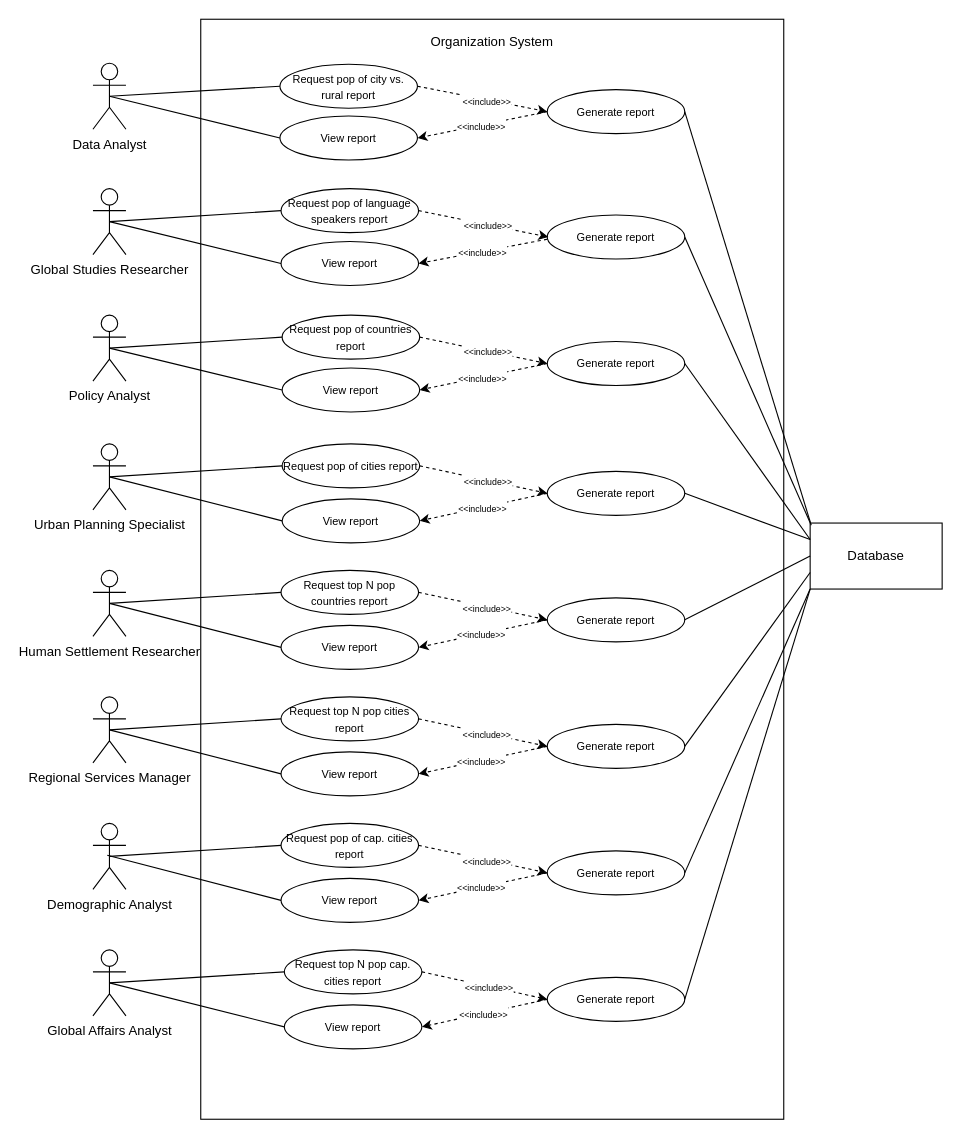
The draw.io diagram use-cases/usecasediagram/User Case Diagram editable.drawio in aktcope4066/semGroup18, before the edit. Source tidied: cells renumbered, new cells numbered last; positions are measured from the earlier drawing's top-left corner, leaving out a move shared by most shapes. Both pictures are drawn from the tidied source at 110%, with x=0, y=0 at pixel (92, 19).
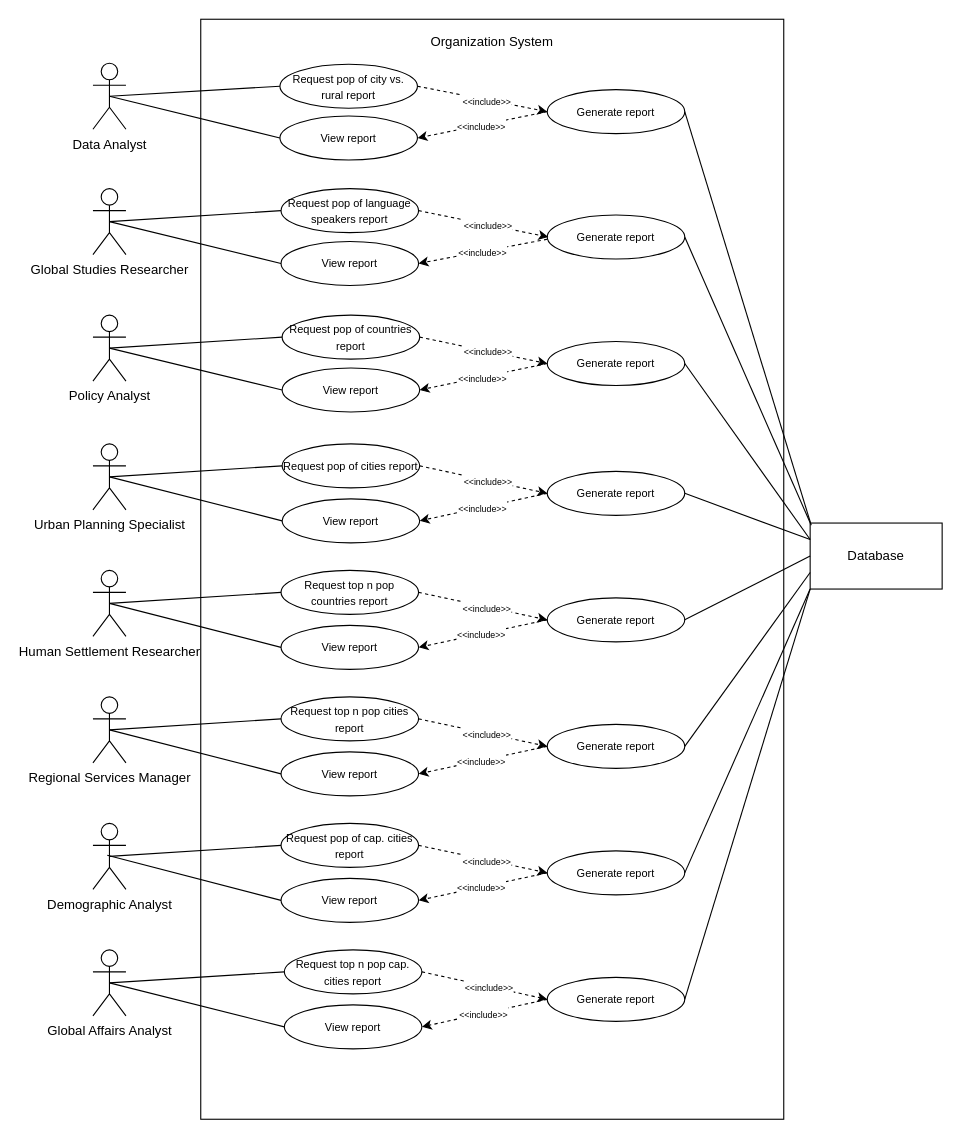
After the change.

Unchanged cells that the change refers to:
```xml
<mxCell id="2" style="group;" parent="1" vertex="1">
  <mxGeometry x="58" width="610" height="1000" as="geometry" />
</mxCell>
```

Diff of the diagram source:
```diff
@@
-    <mxCell id="10" value="&lt;font style=&quot;font-size: 10px;&quot;&gt;Request top N pop countries report&lt;/font&gt;" style="ellipse;whiteSpace=wrap;html=1;" parent="2" vertex="1">
+    <mxCell id="10" value="&lt;font style=&quot;font-size: 10px;&quot;&gt;Request top n pop countries report&lt;/font&gt;" style="ellipse;whiteSpace=wrap;html=1;" parent="2" vertex="1">
       <mxGeometry x="113" y="501" width="125" height="40" as="geometry" />
     </mxCell>
@@
-    <mxCell id="12" value="&lt;font style=&quot;font-size: 10px;&quot;&gt;Request top N pop cap. cities report&lt;/font&gt;" style="ellipse;whiteSpace=wrap;html=1;" parent="2" vertex="1">
+    <mxCell id="12" value="&lt;font style=&quot;font-size: 10px;&quot;&gt;Request top n pop cap. cities report&lt;/font&gt;" style="ellipse;whiteSpace=wrap;html=1;" parent="2" vertex="1">
       <mxGeometry x="116" y="846" width="125" height="40" as="geometry" />
     </mxCell>
@@
-    <mxCell id="66" value="&lt;font style=&quot;font-size: 10px;&quot;&gt;Request top N pop cities report&lt;/font&gt;" style="ellipse;whiteSpace=wrap;html=1;" parent="1" vertex="1">
+    <mxCell id="66" value="&lt;font style=&quot;font-size: 10px;&quot;&gt;Request top n pop cities report&lt;/font&gt;" style="ellipse;whiteSpace=wrap;html=1;" parent="1" vertex="1">
       <mxGeometry x="171" y="616" width="125" height="40" as="geometry" />
     </mxCell>
```
